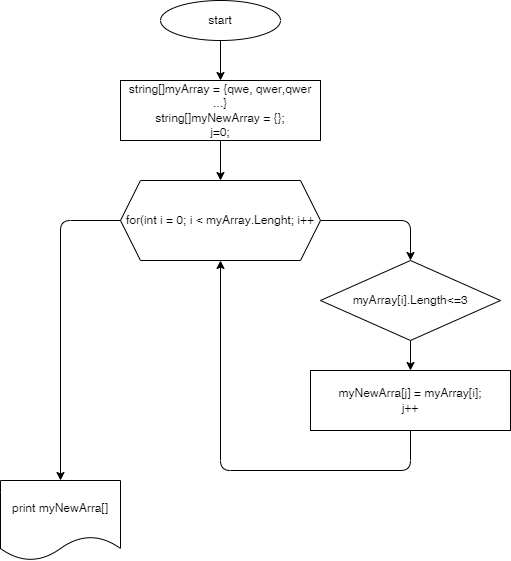
Before: task/diagram.drawio.png, a diagram exported from draw.io (antvork/control0423). Source tidied: cells renumbered, new cells last; positions are measured from the earlier drawing's top-left corner, leaving out a move shared by most shapes. Its diagram source:
```xml
<mxGraphModel>
  <root>
    <mxCell id="0" />
    <mxCell id="1" parent="0" />
    <mxCell id="2" style="edgeStyle=none;html=1;" parent="1" edge="1" source="3" target="5">
      <mxGeometry relative="1" as="geometry" />
    </mxCell>
    <mxCell id="3" value="start" style="ellipse;whiteSpace=wrap;html=1;" parent="1" vertex="1">
      <mxGeometry x="160" width="120" height="40" as="geometry" />
    </mxCell>
    <mxCell id="4" style="edgeStyle=none;html=1;entryX=0.5;entryY=0;entryDx=0;entryDy=0;" parent="1" edge="1" source="5" target="9">
      <mxGeometry relative="1" as="geometry" />
    </mxCell>
    <mxCell id="5" value="string[]myArray = {qwe, qwer,qwer ...}&lt;br&gt;string[]myNewArray = {};&lt;br&gt;j=0;" style="whiteSpace=wrap;html=1;" parent="1" vertex="1">
      <mxGeometry x="120" y="80" width="200" height="60" as="geometry" />
    </mxCell>
    <mxCell id="6" style="edgeStyle=none;html=1;" parent="1" edge="1" source="9">
      <mxGeometry relative="1" as="geometry">
        <mxPoint x="270" y="220" as="targetPoint" />
      </mxGeometry>
    </mxCell>
    <mxCell id="7" style="edgeStyle=orthogonalEdgeStyle;html=1;" parent="1" edge="1" source="9" target="11">
      <mxGeometry relative="1" as="geometry">
        <Array as="points">
          <mxPoint x="410" y="220" />
        </Array>
      </mxGeometry>
    </mxCell>
    <mxCell id="8" style="edgeStyle=orthogonalEdgeStyle;html=1;exitX=0;exitY=0.5;exitDx=0;exitDy=0;entryX=0.5;entryY=0;entryDx=0;entryDy=0;" parent="1" edge="1" source="9" target="14">
      <mxGeometry relative="1" as="geometry" />
    </mxCell>
    <mxCell id="9" value="for(int i = 0; i &amp;lt; myArray.Lenght; i++" style="shape=hexagon;perimeter=hexagonPerimeter2;whiteSpace=wrap;html=1;fixedSize=1;" parent="1" vertex="1">
      <mxGeometry x="120" y="180" width="200" height="80" as="geometry" />
    </mxCell>
    <mxCell id="10" style="edgeStyle=orthogonalEdgeStyle;html=1;" parent="1" edge="1" source="11" target="13">
      <mxGeometry relative="1" as="geometry" />
    </mxCell>
    <mxCell id="11" value="myArray[i].Length&amp;lt;=3" style="rhombus;whiteSpace=wrap;html=1;" parent="1" vertex="1">
      <mxGeometry x="320" y="260" width="180" height="80" as="geometry" />
    </mxCell>
    <mxCell id="12" style="edgeStyle=orthogonalEdgeStyle;html=1;entryX=0.5;entryY=1;entryDx=0;entryDy=0;" parent="1" edge="1" source="13" target="9">
      <mxGeometry relative="1" as="geometry">
        <Array as="points">
          <mxPoint x="410" y="470" />
          <mxPoint x="220" y="470" />
        </Array>
      </mxGeometry>
    </mxCell>
    <mxCell id="13" value="myNewArra[j] = myArray[i];&lt;br&gt;j++" style="whiteSpace=wrap;html=1;" parent="1" vertex="1">
      <mxGeometry x="310" y="370" width="200" height="60" as="geometry" />
    </mxCell>
    <mxCell id="14" value="print myNewArra[]" style="shape=document;whiteSpace=wrap;html=1;boundedLbl=1;" parent="1" vertex="1">
      <mxGeometry y="480" width="120" height="80" as="geometry" />
    </mxCell>
  </root>
</mxGraphModel>
```
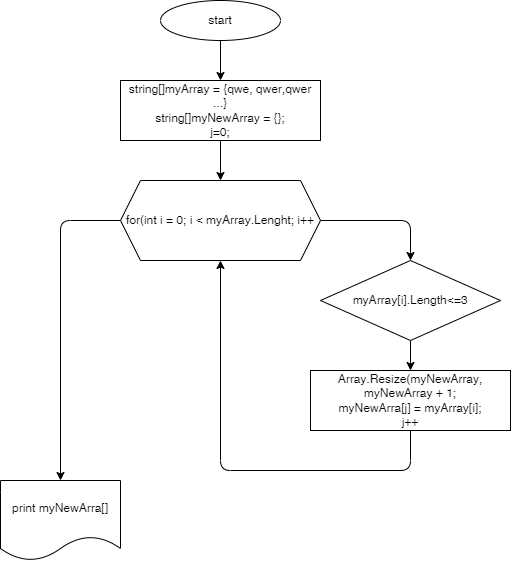
Later version of the same file.

What changed in the source:
```diff
@@ -46,7 +46,7 @@
         </Array>
       </mxGeometry>
     </mxCell>
-    <mxCell id="13" value="myNewArra[j] = myArray[i];&lt;br&gt;j++" style="whiteSpace=wrap;html=1;" parent="1" vertex="1">
+    <mxCell id="13" value="Array.Resize(myNewArray, myNewArray + 1;&lt;br&gt;myNewArra[j] = myArray[i];&lt;br&gt;j++" style="whiteSpace=wrap;html=1;" parent="1" vertex="1">
       <mxGeometry x="310" y="370" width="200" height="60" as="geometry" />
     </mxCell>
     <mxCell id="14" value="print myNewArra[]" style="shape=document;whiteSpace=wrap;html=1;boundedLbl=1;" parent="1" vertex="1">
```
